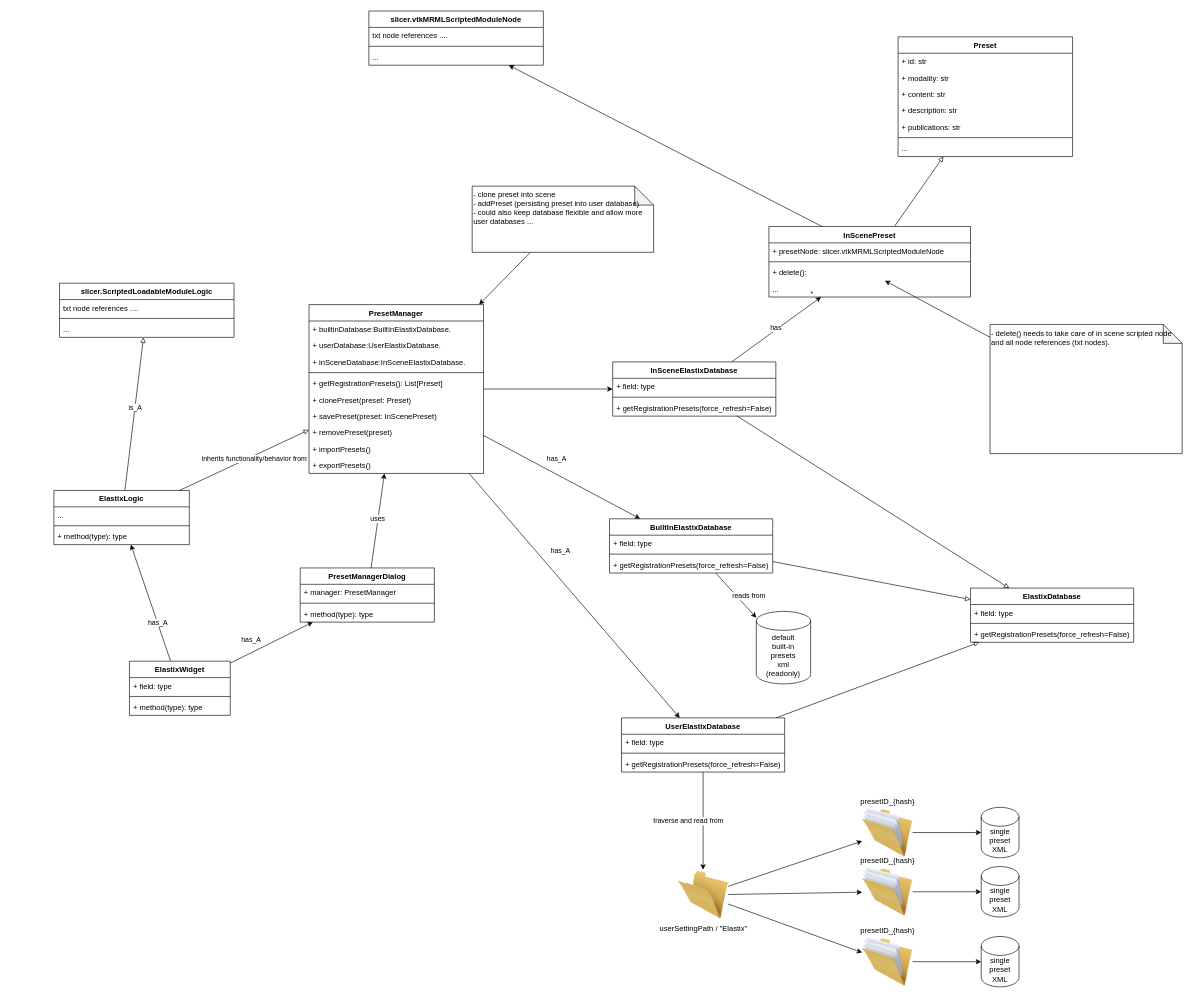
Before: Doc/SlicerElastix.drawio in che85/SlicerElastix, a draw.io diagram. Source tidied: cells renumbered, new cells numbered last; positions are measured from the earlier drawing's top-left corner, leaving out a move shared by most shapes. Both pictures are drawn from the tidied source at 63%, with x=0, y=0 at pixel (54, 11).
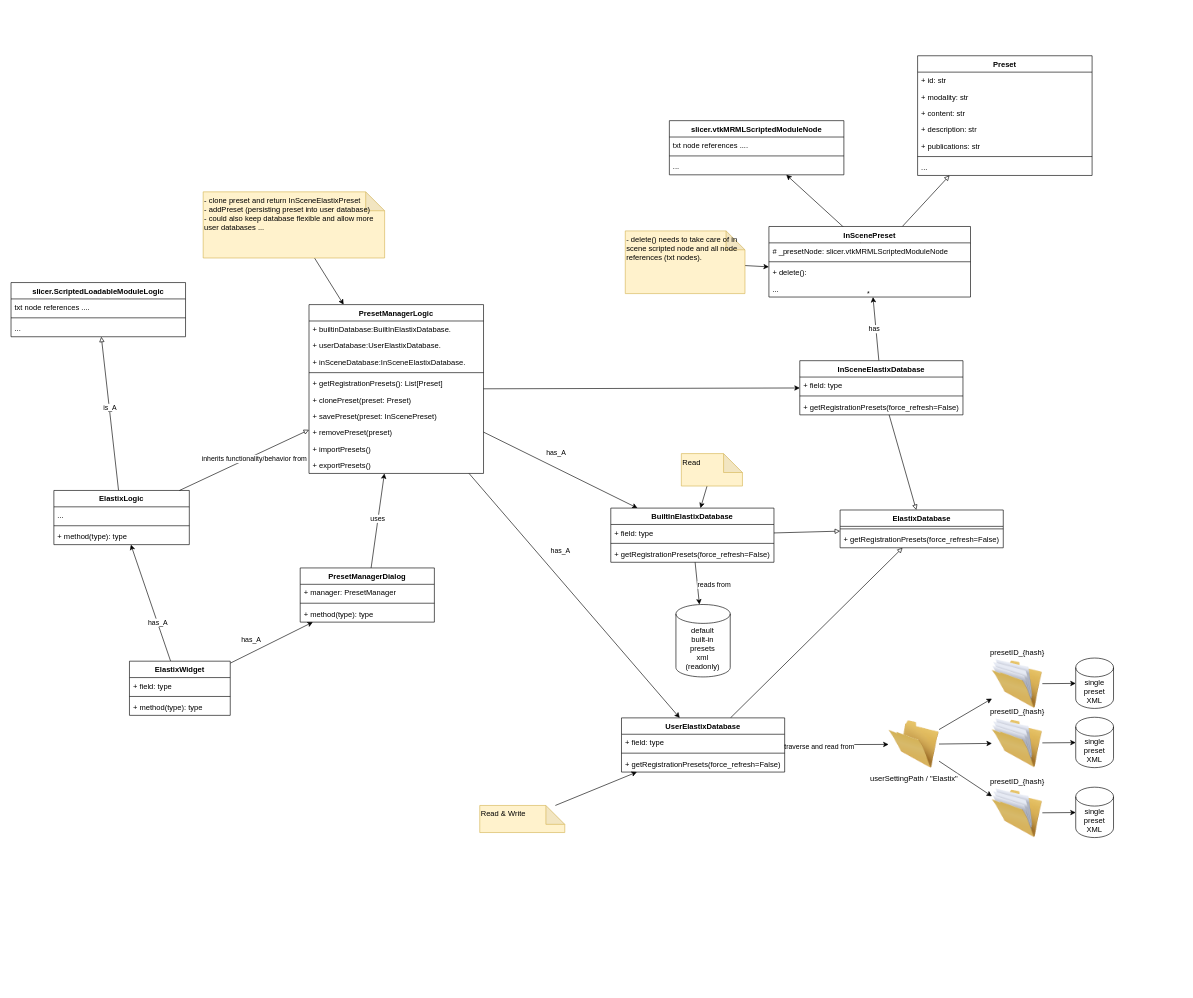
The same page after the edit.

Unchanged cells that the change refers to:
```xml
<mxCell id="52" value="UserElastixDatabase" style="swimlane;fontStyle=1;align=center;verticalAlign=top;horizontal=1;startSize=26;" parent="1" vertex="1">
  <mxGeometry x="901" y="1122" width="259" height="86" as="geometry" />
</mxCell>
<mxCell id="95" value="InScenePreset" style="swimlane;fontStyle=1;align=center;verticalAlign=top;horizontal=1;startSize=26;" parent="1" vertex="1">
  <mxGeometry x="1135" y="342" width="320" height="112" as="geometry" />
</mxCell>
```

What changed in the source:
```diff
@@
     <mxCell id="10" value="ElastixDatabase" style="swimlane;fontStyle=1;align=center;verticalAlign=top;horizontal=1;startSize=26;" parent="1" vertex="1">
-      <mxGeometry x="1455" y="916" width="259" height="86" as="geometry" />
+      <mxGeometry x="1248" y="792" width="259" height="60" as="geometry" />
     </mxCell>
-    <mxCell id="11" value="+ field: type" style="text;strokeColor=none;fillColor=none;align=left;verticalAlign=top;spacingLeft=4;spacingRight=4;overflow=hidden;" parent="10" vertex="1">
-      <mxGeometry y="26" width="259" height="26" as="geometry" />
-    </mxCell>
     <mxCell id="12" style="line;strokeWidth=1;fillColor=none;align=left;verticalAlign=middle;spacingTop=-1;spacingLeft=3;spacingRight=3;labelPosition=right;strokeColor=inherit;" parent="10" vertex="1">
-      <mxGeometry y="52" width="259" height="8" as="geometry" />
+      <mxGeometry y="26" width="259" height="8" as="geometry" />
     </mxCell>
     <mxCell id="13" value="+ getRegistrationPresets(force_refresh=False)" style="text;strokeColor=none;fillColor=none;align=left;verticalAlign=top;spacingLeft=4;spacingRight=4;overflow=hidden;" parent="10" vertex="1">
-      <mxGeometry y="60" width="259" height="26" as="geometry" />
+      <mxGeometry y="34" width="259" height="26" as="geometry" />
     </mxCell>
@@
     <mxCell id="35" value="userSettingPath / &quot;Elastix&quot;" style="image;html=1;image=img/lib/clip_art/general/Empty_Folder_128x128.png;labelPosition=center;verticalLabelPosition=bottom;align=center;verticalAlign=top;" parent="1" vertex="1">
-      <mxGeometry x="990.5" y="1363" width="80" height="80" as="geometry" />
+      <mxGeometry x="1325" y="1124" width="80" height="80" as="geometry" />
     </mxCell>
@@
     <mxCell id="38" value="default&lt;br&gt;built-in&lt;br&gt;presets&lt;br&gt;xml&lt;br&gt;(readonly)" style="shape=cylinder3;whiteSpace=wrap;html=1;boundedLbl=1;backgroundOutline=1;size=15;" parent="1" vertex="1">
-      <mxGeometry x="1115" y="953" width="86.2" height="115" as="geometry" />
+      <mxGeometry x="987.4" y="942" width="86.2" height="115" as="geometry" />
     </mxCell>
     <mxCell id="39" style="group;" parent="1" vertex="1">
-      <mxGeometry x="1283" y="1358" width="249" height="80" as="geometry" />
+      <mxGeometry x="1489" y="1122" width="249" height="80" as="geometry" />
     </mxCell>
@@
     <mxCell id="41" value="single preset&lt;br&gt;XML" style="shape=cylinder3;whiteSpace=wrap;html=1;boundedLbl=1;backgroundOutline=1;size=15;" parent="39" vertex="1">
-      <mxGeometry x="189" width="60" height="80" as="geometry" />
+      <mxGeometry x="133" y="-1" width="60" height="80" as="geometry" />
     </mxCell>
@@
     <mxCell id="43" style="group;" parent="1" vertex="1">
-      <mxGeometry x="1283" y="1469" width="249" height="80" as="geometry" />
+      <mxGeometry x="1489" y="1233" width="249" height="80" as="geometry" />
     </mxCell>
@@
     <mxCell id="45" value="single preset&lt;br&gt;XML" style="shape=cylinder3;whiteSpace=wrap;html=1;boundedLbl=1;backgroundOutline=1;size=15;" parent="43" vertex="1">
-      <mxGeometry x="189" width="60" height="80" as="geometry" />
+      <mxGeometry x="133" y="-1" width="60" height="80" as="geometry" />
     </mxCell>
@@
     <mxCell id="47" style="group;" parent="1" vertex="1">
-      <mxGeometry x="1283" y="1264" width="249" height="80" as="geometry" />
+      <mxGeometry x="1489" y="1028" width="249" height="80" as="geometry" />
     </mxCell>
@@
     <mxCell id="49" value="single preset&lt;br&gt;XML" style="shape=cylinder3;whiteSpace=wrap;html=1;boundedLbl=1;backgroundOutline=1;size=15;" parent="47" vertex="1">
-      <mxGeometry x="189" width="60" height="80" as="geometry" />
+      <mxGeometry x="133" y="-1" width="60" height="80" as="geometry" />
     </mxCell>
@@
     <mxCell id="60" value="InSceneElastixDatabase" style="swimlane;fontStyle=1;align=center;verticalAlign=top;horizontal=1;startSize=26;" parent="1" vertex="1">
-      <mxGeometry x="887" y="557" width="259" height="86" as="geometry" />
+      <mxGeometry x="1184" y="555" width="259" height="86" as="geometry" />
     </mxCell>
@@
-    <mxCell id="65" value="PresetManager" style="swimlane;fontStyle=1;align=center;verticalAlign=top;horizontal=1;startSize=26;" parent="1" vertex="1">
+    <mxCell id="65" value="PresetManagerLogic" style="swimlane;fontStyle=1;align=center;verticalAlign=top;horizontal=1;startSize=26;" parent="1" vertex="1">
       <mxGeometry x="405" y="466" width="277" height="268" as="geometry" />
     </mxCell>
@@
     <mxCell id="77" value="BuiltInElastixDatabase" style="swimlane;fontStyle=1;align=center;verticalAlign=top;horizontal=1;startSize=26;" parent="1" vertex="1">
-      <mxGeometry x="882" y="806" width="259" height="86" as="geometry" />
+      <mxGeometry x="884" y="789" width="259" height="86" as="geometry" />
     </mxCell>
@@
-    <mxCell id="84" value="&lt;div style=&quot;&quot;&gt;- clone preset into scene&lt;/div&gt;&lt;div style=&quot;&quot;&gt;- addPreset (persisting preset into user database)&lt;/div&gt;&lt;div style=&quot;&quot;&gt;- could also keep database flexible and allow more user databases ...&lt;/div&gt;" style="shape=note;whiteSpace=wrap;html=1;backgroundOutline=1;darkOpacity=0.05;align=left;labelPosition=center;verticalLabelPosition=middle;verticalAlign=top;" parent="1" vertex="1">
-      <mxGeometry x="664" y="278" width="288" height="105" as="geometry" />
+    <mxCell id="84" value="&lt;div style=&quot;&quot;&gt;- clone preset and return InSceneElastixPreset&lt;/div&gt;&lt;div style=&quot;&quot;&gt;- addPreset (persisting preset into user database)&lt;/div&gt;&lt;div style=&quot;&quot;&gt;- could also keep database flexible and allow more user databases ...&lt;/div&gt;" style="shape=note;whiteSpace=wrap;html=1;backgroundOutline=1;darkOpacity=0.05;align=left;labelPosition=center;verticalLabelPosition=middle;verticalAlign=top;fillColor=#fff2cc;strokeColor=#d6b656;" parent="1" vertex="1">
+      <mxGeometry x="237" y="287" width="288" height="105" as="geometry" />
     </mxCell>
     <mxCell id="85" value="Preset" style="swimlane;fontStyle=1;align=center;verticalAlign=top;horizontal=1;startSize=26;" parent="1" vertex="1">
-      <mxGeometry x="1340" y="41" width="277" height="190" as="geometry" />
+      <mxGeometry x="1371" y="71" width="277" height="190" as="geometry" />
     </mxCell>
@@
-    <mxCell id="96" value="+ presetNode: slicer.vtkMRMLScriptedModuleNode&#10;&#10;" style="text;strokeColor=none;fillColor=none;align=left;verticalAlign=top;spacingLeft=4;spacingRight=4;overflow=hidden;points=[[0,0.5],[1,0.5]];portConstraint=eastwest;" parent="95" vertex="1">
+    <mxCell id="96" value="# _presetNode: slicer.vtkMRMLScriptedModuleNode&#10;&#10;" style="text;strokeColor=none;fillColor=none;align=left;verticalAlign=top;spacingLeft=4;spacingRight=4;overflow=hidden;points=[[0,0.5],[1,0.5]];portConstraint=eastwest;" parent="95" vertex="1">
       <mxGeometry y="26" width="320" height="26" as="geometry" />
     </mxCell>
@@
     <mxCell id="100" value="slicer.vtkMRMLScriptedModuleNode&#10;" style="swimlane;fontStyle=1;align=center;verticalAlign=top;horizontal=1;startSize=26;" parent="1" vertex="1">
-      <mxGeometry x="500" width="277" height="86" as="geometry" />
+      <mxGeometry x="977" y="174" width="277" height="86" as="geometry" />
     </mxCell>
@@
-    <mxCell id="105" value="&lt;div style=&quot;&quot;&gt;- delete() needs to take care of in scene scripted node and all node references (txt nodes).&lt;/div&gt;" style="shape=note;whiteSpace=wrap;html=1;backgroundOutline=1;darkOpacity=0.05;align=left;labelPosition=center;verticalLabelPosition=middle;verticalAlign=top;" parent="1" vertex="1">
-      <mxGeometry x="1486" y="497.5" width="305" height="205" as="geometry" />
+    <mxCell id="105" value="&lt;div style=&quot;&quot;&gt;- delete() needs to take care of in scene scripted node and all node references (txt nodes).&lt;/div&gt;" style="shape=note;whiteSpace=wrap;html=1;backgroundOutline=1;darkOpacity=0.05;align=left;labelPosition=center;verticalLabelPosition=middle;verticalAlign=top;fillColor=#fff2cc;strokeColor=#d6b656;" parent="1" vertex="1">
+      <mxGeometry x="907" y="349" width="190" height="99.5" as="geometry" />
     </mxCell>
     <mxCell id="106" value="slicer.ScriptedLoadableModuleLogic&#10;" style="swimlane;fontStyle=1;align=center;verticalAlign=top;horizontal=1;startSize=26;" parent="1" vertex="1">
-      <mxGeometry x="9" y="432" width="277" height="86" as="geometry" />
+      <mxGeometry x="-68" y="431" width="277" height="86" as="geometry" />
     </mxCell>
@@
+    <mxCell id="110" style="edgeStyle=none;html=1;endArrow=classic;endFill=1;" parent="1" edge="1" source="111" target="77">
+      <mxGeometry relative="1" as="geometry" />
+    </mxCell>
+    <mxCell id="111" value="&lt;div style=&quot;&quot;&gt;Read&lt;/div&gt;" style="shape=note;whiteSpace=wrap;html=1;backgroundOutline=1;darkOpacity=0.05;align=left;labelPosition=center;verticalLabelPosition=middle;verticalAlign=top;fillColor=#fff2cc;strokeColor=#d6b656;" parent="1" vertex="1">
+      <mxGeometry x="996" y="702.5" width="97" height="51.5" as="geometry" />
+    </mxCell>
+    <mxCell id="112" style="edgeStyle=none;html=1;endArrow=classic;endFill=1;" parent="1" edge="1" source="113" target="52">
+      <mxGeometry relative="1" as="geometry" />
+    </mxCell>
+    <mxCell id="113" value="&lt;div style=&quot;&quot;&gt;Read &amp;amp; Write&lt;/div&gt;" style="shape=note;whiteSpace=wrap;html=1;backgroundOutline=1;darkOpacity=0.05;align=left;labelPosition=center;verticalLabelPosition=middle;verticalAlign=top;fillColor=#fff2cc;strokeColor=#d6b656;" parent="1" vertex="1">
+      <mxGeometry x="676" y="1261" width="135" height="43" as="geometry" />
+    </mxCell>
```
